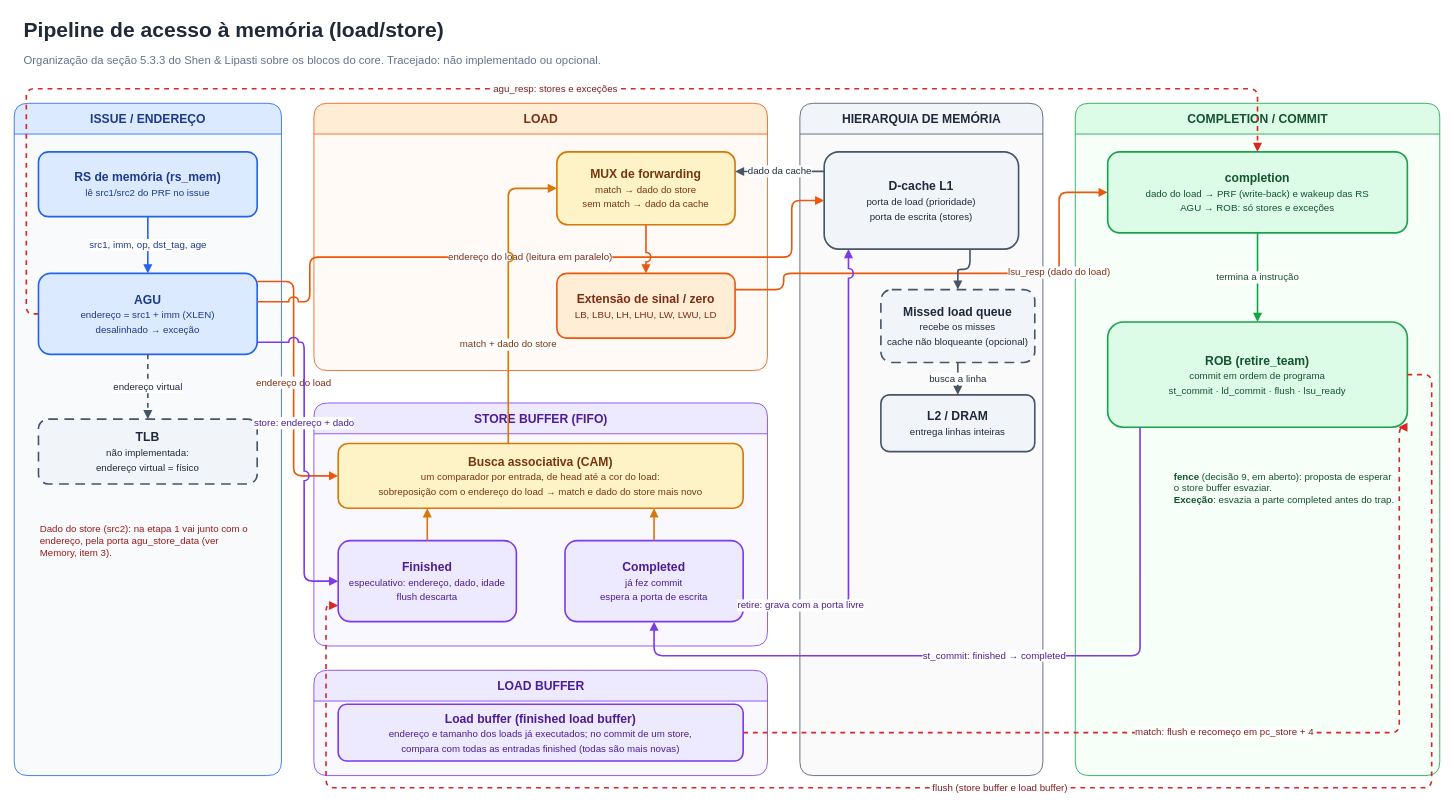
The draw.io diagram docs/desenho_caminho_dados/memory_datapath/memory.drawio in SoaresDavidson/superscalar-riscv, before the edit. Source tidied: cells renumbered, new cells numbered last; positions are measured from the earlier drawing's top-left corner, leaving out a move shared by most shapes. Both pictures are drawn from the tidied source at 81%, with x=0, y=0 at pixel (14, 14).
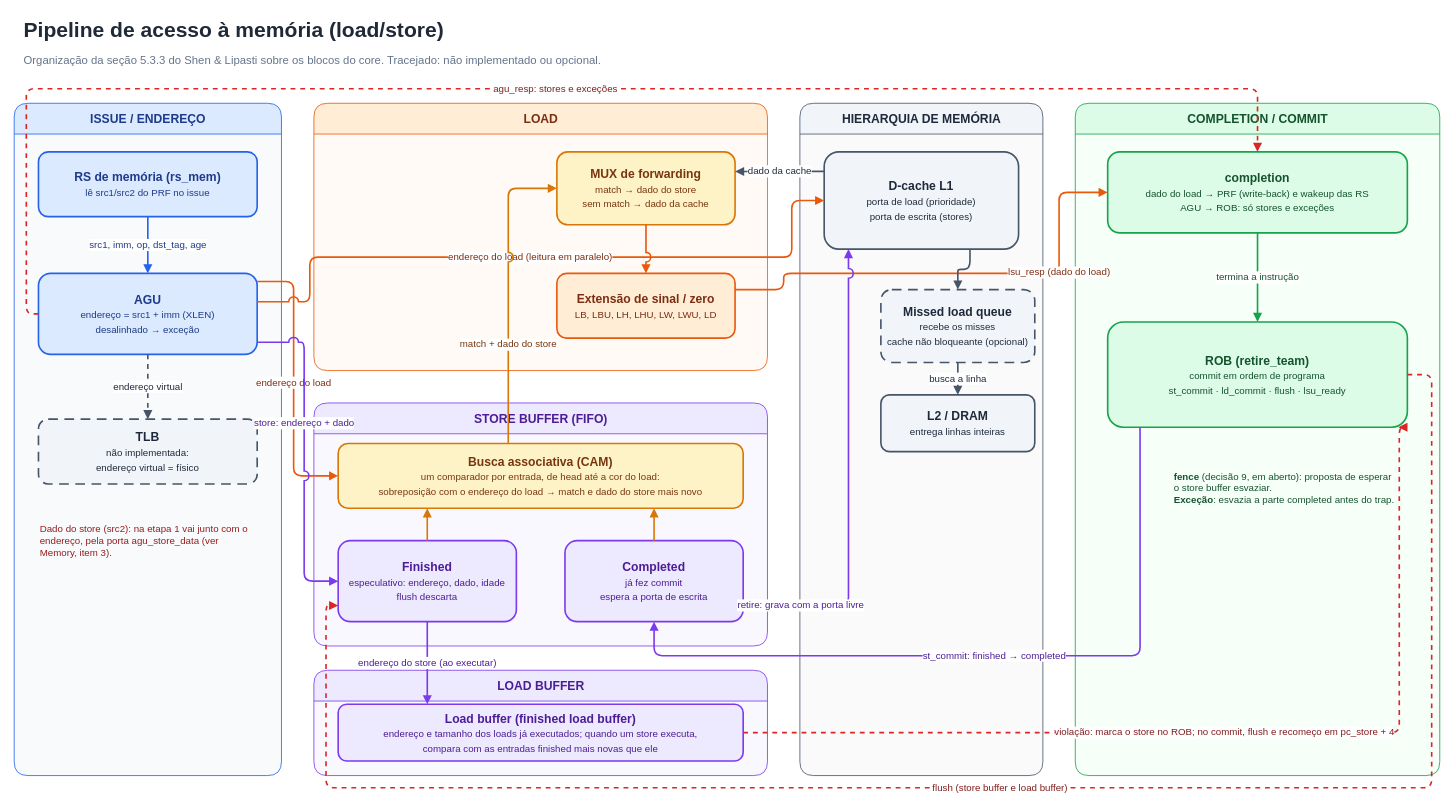
Above is the later version.

Commit message (it also covers changes not shown here):
docs(memory): checagem de violação quando o store executa, no diagrama

Unchanged cells that the change refers to:
```xml
<mxCell id="7" value="LOAD BUFFER" style="swimlane;html=1;rounded=1;startSize=38;horizontal=1;fillColor=#EDE9FE;swimlaneFillColor=#FAF8FF;strokeColor=#7C3AED;fontColor=#4C1D95;fontStyle=1;fontSize=15;" parent="1" vertex="1">
  <mxGeometry x="370" y="810" width="560" height="130" as="geometry" />
</mxCell>
<mxCell id="17" value="&lt;b&gt;Finished&lt;/b&gt;&lt;br&gt;&lt;font style=&quot;font-size:12px;font-weight:normal&quot;&gt;especulativo: endereço, dado, idade&lt;br&gt;flush descarta&lt;/font&gt;" style="rounded=1;whiteSpace=wrap;html=1;fillColor=#EDE9FE;strokeColor=#7C3AED;strokeWidth=2;fontSize=15;fontColor=#4C1D95;" parent="6" vertex="1">
  <mxGeometry x="30" y="170" width="220" height="100" as="geometry" />
</mxCell>
<mxCell id="24" value="&lt;b&gt;ROB (retire_team)&lt;/b&gt;&lt;br&gt;&lt;font style=&quot;font-size:12px;font-weight:normal&quot;&gt;commit em ordem de programa&lt;br&gt;st_commit · ld_commit · flush · lsu_ready&lt;/font&gt;" style="rounded=1;whiteSpace=wrap;html=1;fillColor=#DCFCE7;strokeColor=#16A34A;strokeWidth=2;fontSize=15;fontColor=#14532D;" parent="9" vertex="1">
  <mxGeometry x="40" y="270" width="370" height="130" as="geometry" />
</mxCell>
```

Diff of the diagram source:
```diff
@@
-    <mxCell id="19" value="&lt;b&gt;Load buffer (finished load buffer)&lt;/b&gt;&lt;br&gt;&lt;font style=&quot;font-size:12px;font-weight:normal&quot;&gt;endereço e tamanho dos loads já executados; no commit de um store,&lt;br&gt;compara com todas as entradas finished (todas são mais novas)&lt;/font&gt;" style="rounded=1;whiteSpace=wrap;html=1;fillColor=#EDE9FE;strokeColor=#7C3AED;strokeWidth=2;fontSize=15;fontColor=#4C1D95;" parent="7" vertex="1">
+    <mxCell id="19" value="&lt;b&gt;Load buffer (finished load buffer)&lt;/b&gt;&lt;br&gt;&lt;font style=&quot;font-size:12px;font-weight:normal&quot;&gt;endereço e tamanho dos loads já executados; quando um store executa,&lt;br&gt;compara com as entradas finished mais novas que ele&lt;/font&gt;" style="rounded=1;whiteSpace=wrap;html=1;fillColor=#EDE9FE;strokeColor=#7C3AED;strokeWidth=2;fontSize=15;fontColor=#4C1D95;" parent="7" vertex="1">
       <mxGeometry x="30" y="42" width="500" height="70" as="geometry" />
     </mxCell>
@@
+    <mxCell id="45" value="endereço do store (ao executar)" style="edgeStyle=orthogonalEdgeStyle;rounded=1;jettySize=auto;html=1;strokeWidth=2;strokeColor=#7C3AED;endArrow=block;endFill=1;fontSize=12;fontColor=#4C1D95;labelBackgroundColor=#FFFFFF;jumpStyle=arc;jumpSize=10;exitX=0.5;exitY=1;exitDx=0;exitDy=0;entryX=0.22;entryY=0;entryDx=0;entryDy=0;" parent="1" edge="1" source="17" target="19">
+      <mxGeometry relative="1" as="geometry" />
+    </mxCell>
-    <mxCell id="44" value="match: flush e recomeço em pc_store + 4" style="edgeStyle=orthogonalEdgeStyle;rounded=1;jettySize=auto;html=1;strokeWidth=2;strokeColor=#DC2626;endArrow=block;endFill=1;fontSize=12;fontColor=#7F1D1D;labelBackgroundColor=#FFFFFF;jumpStyle=arc;jumpSize=10;dashed=1;exitX=1;exitY=0.5;exitDx=0;exitDy=0;entryX=0.97;entryY=1;entryDx=0;entryDy=0;" parent="1" edge="1" source="19" target="24">
+    <mxCell id="44" value="violação: marca o store no ROB; no commit, flush e recomeço em pc_store + 4" style="edgeStyle=orthogonalEdgeStyle;rounded=1;jettySize=auto;html=1;strokeWidth=2;strokeColor=#DC2626;endArrow=block;endFill=1;fontSize=12;fontColor=#7F1D1D;labelBackgroundColor=#FFFFFF;jumpStyle=arc;jumpSize=10;dashed=1;exitX=1;exitY=0.5;exitDx=0;exitDy=0;entryX=0.97;entryY=1;entryDx=0;entryDy=0;" parent="1" edge="1" source="19" target="24">
       <mxGeometry relative="1" as="geometry">
         <Array as="points">
           <mxPoint x="1710" y="887" />
         </Array>
       </mxGeometry>
     </mxCell>
```
